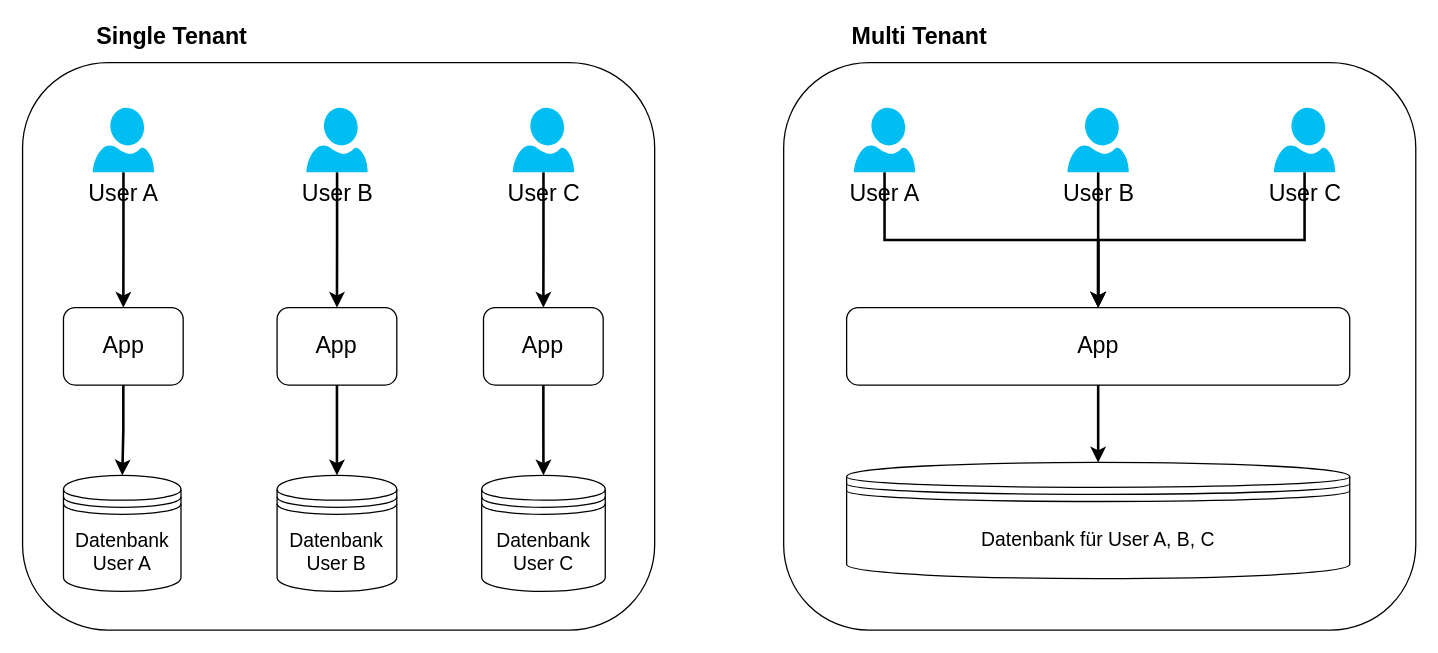
mkoenig96/mk-bachelor-thesis keeps this draw.io diagram as page "Multi vs. Single Tenant" (1 of 2) of diagrams/Ba-Thesis Diagrams.drawio. Above is the earlier version. Source tidied: cells renumbered, new cells numbered last; positions are measured from the earlier drawing's top-left corner, leaving out a move shared by most shapes. Both pictures are drawn from the tidied source at 129%, with x=0, y=0 at pixel (22, 23).
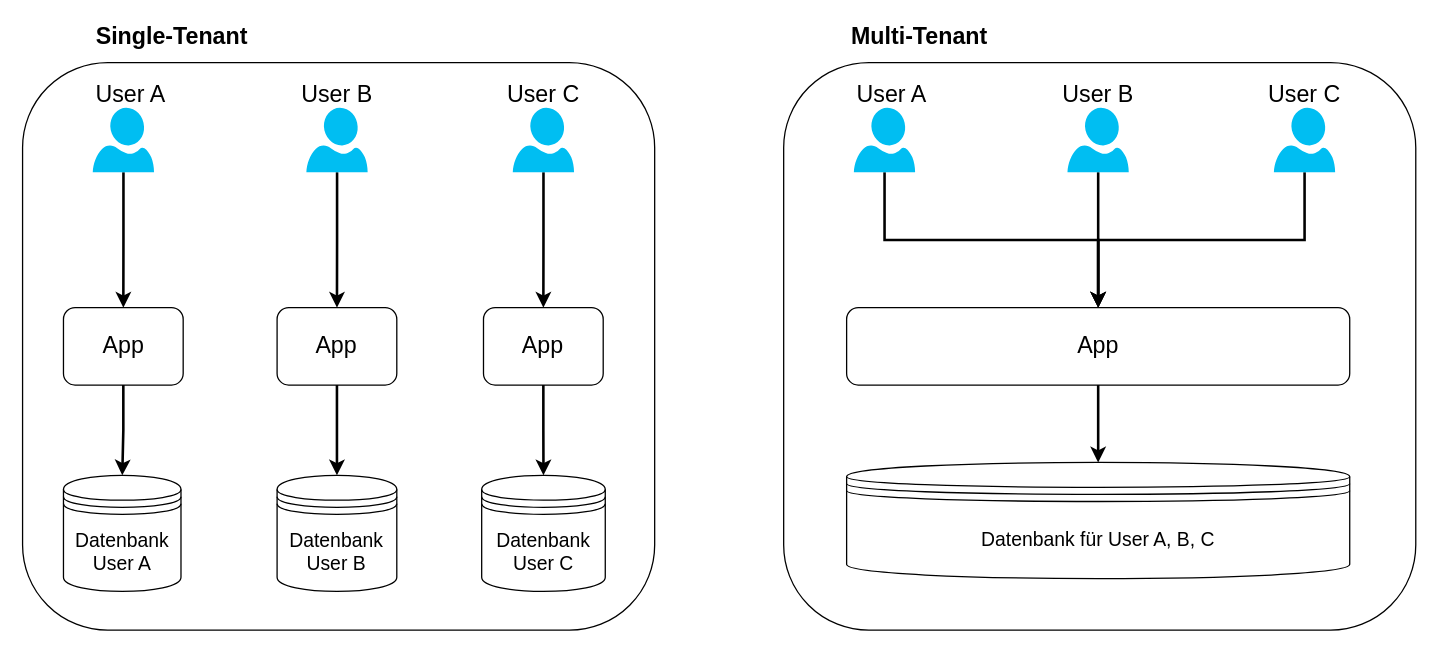
The same page after the edit.

Change to the diagram source:
```diff
@@
-    <mxCell id="5" value="&lt;font style=&quot;font-size: 18px&quot;&gt;User A&lt;/font&gt;" style="verticalLabelPosition=bottom;html=1;verticalAlign=top;align=center;strokeColor=none;fillColor=#00BEF2;shape=mxgraph.azure.user;" parent="1" vertex="1">
+    <mxCell id="5" style="verticalLabelPosition=bottom;html=1;verticalAlign=top;align=center;strokeColor=none;fillColor=#00BEF2;shape=mxgraph.azure.user;" parent="1" vertex="1">
       <mxGeometry x="54.4" y="65" width="47.5" height="50" as="geometry" />
     </mxCell>
@@
-    <mxCell id="7" value="&lt;font style=&quot;font-size: 18px&quot;&gt;User C&lt;/font&gt;" style="verticalLabelPosition=bottom;html=1;verticalAlign=top;align=center;strokeColor=none;fillColor=#00BEF2;shape=mxgraph.azure.user;" parent="1" vertex="1">
+    <mxCell id="7" style="verticalLabelPosition=bottom;html=1;verticalAlign=top;align=center;strokeColor=none;fillColor=#00BEF2;shape=mxgraph.azure.user;" parent="1" vertex="1">
       <mxGeometry x="380" y="65" width="47.5" height="50" as="geometry" />
     </mxCell>
@@
-    <mxCell id="17" value="&lt;span style=&quot;font-weight: normal&quot;&gt;&lt;font style=&quot;font-size: 18px&quot;&gt;User B&lt;/font&gt;&lt;/span&gt;" style="verticalLabelPosition=bottom;html=1;verticalAlign=top;align=center;strokeColor=none;fillColor=#00BEF2;shape=mxgraph.azure.user;fontStyle=1;" parent="1" vertex="1">
+    <mxCell id="17" style="verticalLabelPosition=bottom;html=1;verticalAlign=top;align=center;strokeColor=none;fillColor=#00BEF2;shape=mxgraph.azure.user;fontStyle=1;" parent="1" vertex="1">
       <mxGeometry x="220" y="65" width="47.5" height="50" as="geometry" />
     </mxCell>
@@
-    <mxCell id="20" value="&lt;font style=&quot;font-size: 18px&quot;&gt;User A&lt;/font&gt;" style="verticalLabelPosition=bottom;html=1;verticalAlign=top;align=center;strokeColor=none;fillColor=#00BEF2;shape=mxgraph.azure.user;" parent="1" vertex="1">
+    <mxCell id="20" style="verticalLabelPosition=bottom;html=1;verticalAlign=top;align=center;strokeColor=none;fillColor=#00BEF2;shape=mxgraph.azure.user;" parent="1" vertex="1">
       <mxGeometry x="644.4" y="65" width="47.5" height="50" as="geometry" />
     </mxCell>
@@
-    <mxCell id="22" value="&lt;font style=&quot;font-size: 18px&quot;&gt;User C&lt;/font&gt;" style="verticalLabelPosition=bottom;html=1;verticalAlign=top;align=center;strokeColor=none;fillColor=#00BEF2;shape=mxgraph.azure.user;" parent="1" vertex="1">
+    <mxCell id="22" style="verticalLabelPosition=bottom;html=1;verticalAlign=top;align=center;strokeColor=none;fillColor=#00BEF2;shape=mxgraph.azure.user;" parent="1" vertex="1">
       <mxGeometry x="970" y="65" width="47.5" height="50" as="geometry" />
     </mxCell>
@@
-    <mxCell id="26" value="&lt;span style=&quot;font-weight: normal&quot;&gt;&lt;font style=&quot;font-size: 18px&quot;&gt;User B&lt;/font&gt;&lt;/span&gt;" style="verticalLabelPosition=bottom;html=1;verticalAlign=top;align=center;strokeColor=none;fillColor=#00BEF2;shape=mxgraph.azure.user;fontStyle=1;" parent="1" vertex="1">
+    <mxCell id="26" style="verticalLabelPosition=bottom;html=1;verticalAlign=top;align=center;strokeColor=none;fillColor=#00BEF2;shape=mxgraph.azure.user;fontStyle=1;" parent="1" vertex="1">
       <mxGeometry x="810" y="65" width="47.5" height="50" as="geometry" />
     </mxCell>
@@
-    <mxCell id="28" value="&lt;font style=&quot;font-size: 18px&quot;&gt;&lt;b&gt;Single Tenant&lt;/b&gt;&lt;/font&gt;" style="text;html=1;strokeColor=none;fillColor=none;align=center;verticalAlign=middle;whiteSpace=wrap;rounded=0;" parent="1" vertex="1">
+    <mxCell id="28" value="&lt;font style=&quot;font-size: 18px&quot;&gt;&lt;b&gt;Single-Tenant&lt;/b&gt;&lt;/font&gt;" style="text;html=1;strokeColor=none;fillColor=none;align=center;verticalAlign=middle;whiteSpace=wrap;rounded=0;" parent="1" vertex="1">
       <mxGeometry x="31.7" width="168.3" height="20" as="geometry" />
     </mxCell>
-    <mxCell id="29" value="&lt;font style=&quot;font-size: 18px&quot;&gt;&lt;b&gt;Multi Tenant&lt;/b&gt;&lt;/font&gt;" style="text;html=1;strokeColor=none;fillColor=none;align=center;verticalAlign=middle;whiteSpace=wrap;rounded=0;" parent="1" vertex="1">
+    <mxCell id="29" value="&lt;font style=&quot;font-size: 18px&quot;&gt;&lt;b&gt;Multi-Tenant&lt;/b&gt;&lt;/font&gt;" style="text;html=1;strokeColor=none;fillColor=none;align=center;verticalAlign=middle;whiteSpace=wrap;rounded=0;" parent="1" vertex="1">
       <mxGeometry x="638.8" width="112.5" height="20" as="geometry" />
     </mxCell>
+    <mxCell id="30" value="&lt;span style=&quot;font-size: 18px&quot;&gt;User A&lt;/span&gt;" style="text;html=1;strokeColor=none;fillColor=none;align=center;verticalAlign=middle;whiteSpace=wrap;rounded=0;" parent="1" vertex="1">
+      <mxGeometry x="54.4" y="45" width="60" height="20" as="geometry" />
+    </mxCell>
+    <mxCell id="31" value="&lt;span style=&quot;font-size: 18px&quot;&gt;User B&lt;/span&gt;" style="text;html=1;strokeColor=none;fillColor=none;align=center;verticalAlign=middle;whiteSpace=wrap;rounded=0;" parent="1" vertex="1">
+      <mxGeometry x="213.8" y="45" width="60" height="20" as="geometry" />
+    </mxCell>
+    <mxCell id="32" value="&lt;span style=&quot;font-size: 18px&quot;&gt;User C&lt;/span&gt;" style="text;html=1;strokeColor=none;fillColor=none;align=center;verticalAlign=middle;whiteSpace=wrap;rounded=0;" parent="1" vertex="1">
+      <mxGeometry x="373.8" y="45" width="60" height="20" as="geometry" />
+    </mxCell>
+    <mxCell id="33" value="&lt;span style=&quot;font-size: 18px&quot;&gt;User A&lt;/span&gt;" style="text;html=1;strokeColor=none;fillColor=none;align=center;verticalAlign=middle;whiteSpace=wrap;rounded=0;" parent="1" vertex="1">
+      <mxGeometry x="644.4" y="45" width="60" height="20" as="geometry" />
+    </mxCell>
+    <mxCell id="34" value="&lt;span style=&quot;font-size: 18px&quot;&gt;User B&lt;/span&gt;" style="text;html=1;strokeColor=none;fillColor=none;align=center;verticalAlign=middle;whiteSpace=wrap;rounded=0;" parent="1" vertex="1">
+      <mxGeometry x="803.8" y="45" width="60" height="20" as="geometry" />
+    </mxCell>
+    <mxCell id="35" value="&lt;span style=&quot;font-size: 18px&quot;&gt;User C&lt;/span&gt;" style="text;html=1;strokeColor=none;fillColor=none;align=center;verticalAlign=middle;whiteSpace=wrap;rounded=0;" parent="1" vertex="1">
+      <mxGeometry x="963.8" y="45" width="60" height="20" as="geometry" />
+    </mxCell>
```
